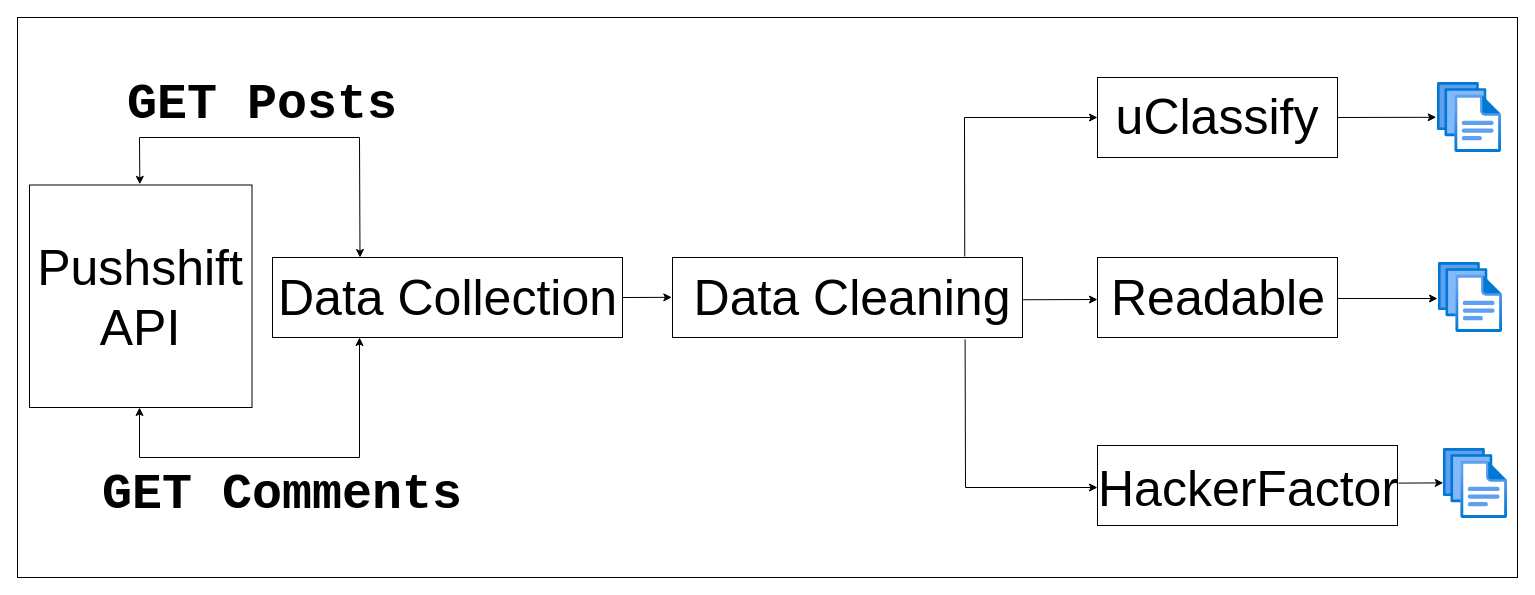
The draw.io diagram GenderBias.drawio in ankitverma5859/drawio, before the edit. Source tidied: cells renumbered, new cells numbered last; positions are measured from the earlier drawing's top-left corner, leaving out a move shared by most shapes. Both pictures are drawn from the tidied source at 100%, with x=0, y=0 at pixel (17, 17).
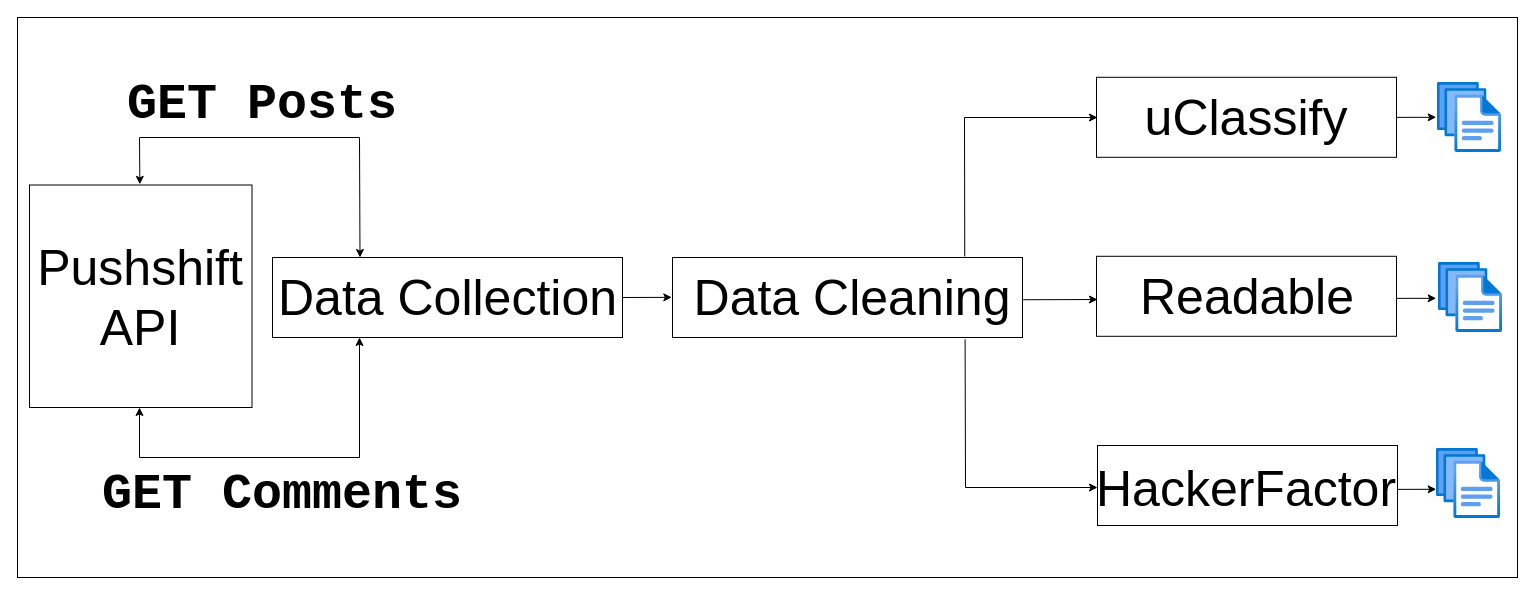
Above is the later version.

The change refers to these unchanged cells:
```xml
<mxCell id="7" style="rounded=0;whiteSpace=wrap;html=1;" parent="1" vertex="1">
  <mxGeometry x="655" y="240" width="350" height="80" as="geometry" />
</mxCell>
<mxCell id="8" value="&lt;font style=&quot;font-size: 50px;&quot;&gt;Data Cleaning&lt;/font&gt;" style="text;html=1;strokeColor=none;fillColor=none;align=center;verticalAlign=middle;whiteSpace=wrap;rounded=0;" parent="1" vertex="1">
  <mxGeometry x="665" y="265" width="340" height="30" as="geometry" />
</mxCell>
<mxCell id="10" style="html=1;points=[];align=center;image;fontSize=12;image=img/lib/azure2/general/Files.svg;" parent="1" vertex="1">
  <mxGeometry x="1420" y="65" width="64" height="70" as="geometry" />
</mxCell>
```

What changed in the source:
```diff
@@
-    <mxCell id="3" style="rounded=0;whiteSpace=wrap;html=1;" parent="1" vertex="1">
-      <mxGeometry x="1080" y="60" width="240" height="80" as="geometry" />
-    </mxCell>
-    <mxCell id="4" value="&lt;font style=&quot;font-size: 50px;&quot;&gt;uClassify&lt;/font&gt;" style="text;html=1;strokeColor=none;fillColor=none;align=center;verticalAlign=middle;whiteSpace=wrap;rounded=0;" parent="1" vertex="1">
-      <mxGeometry x="1170" y="84" width="60" height="30" as="geometry" />
-    </mxCell>
-    <mxCell id="5" style="rounded=0;whiteSpace=wrap;html=1;" parent="1" vertex="1">
-      <mxGeometry x="1080" y="240" width="240" height="80" as="geometry" />
-    </mxCell>
-    <mxCell id="6" value="&lt;font style=&quot;font-size: 50px;&quot;&gt;Readable&lt;/font&gt;" style="text;html=1;strokeColor=none;fillColor=none;align=center;verticalAlign=middle;whiteSpace=wrap;rounded=0;" parent="1" vertex="1">
-      <mxGeometry x="1171" y="265" width="60" height="30" as="geometry" />
-    </mxCell>
@@
-    <mxCell id="9" style="endArrow=classic;html=1;rounded=0;fontSize=50;entryX=0;entryY=0.5;entryDx=0;entryDy=0;exitX=0.835;exitY=-0.012;exitDx=0;exitDy=0;exitPerimeter=0;" parent="1" edge="1" source="7" target="3">
+    <mxCell id="9" style="endArrow=classic;html=1;rounded=0;fontSize=50;entryX=0;entryY=0.5;entryDx=0;entryDy=0;exitX=0.835;exitY=-0.012;exitDx=0;exitDy=0;exitPerimeter=0;" parent="1" edge="1" source="7">
       <mxGeometry relative="1" as="geometry">
+        <mxPoint x="1080" y="100" as="targetPoint" />
         <Array as="points">
           <mxPoint x="947" y="100" />
         </Array>
       </mxGeometry>
     </mxCell>
@@
-    <mxCell id="12" style="endArrow=classic;html=1;rounded=0;fontSize=50;entryX=-0.02;entryY=0.497;entryDx=0;entryDy=0;entryPerimeter=0;exitX=1;exitY=0.5;exitDx=0;exitDy=0;" parent="1" edge="1" source="3" target="10">
-      <mxGeometry relative="1" as="geometry" />
+    <mxCell id="12" style="endArrow=classic;html=1;rounded=0;fontSize=50;entryX=-0.02;entryY=0.497;entryDx=0;entryDy=0;entryPerimeter=0;exitX=1;exitY=0.5;exitDx=0;exitDy=0;" parent="1" edge="1" target="10">
+      <mxGeometry relative="1" as="geometry">
+        <mxPoint x="1320" y="100" as="sourcePoint" />
+      </mxGeometry>
     </mxCell>
@@
     <mxCell id="22" style="html=1;align=center;image;fontSize=12;image=img/lib/azure2/general/Files.svg;" parent="1" vertex="1">
-      <mxGeometry x="1426" y="431" width="64" height="70" as="geometry" />
+      <mxGeometry x="1419" y="431" width="64" height="70" as="geometry" />
     </mxCell>
@@
+    <mxCell id="28" style="endArrow=classic;html=1;rounded=0;fontSize=50;exitX=1.002;exitY=0.575;exitDx=0;exitDy=0;exitPerimeter=0;" parent="1" edge="1" source="8">
+      <mxGeometry relative="1" as="geometry">
+        <mxPoint x="1080" y="282" as="targetPoint" />
+      </mxGeometry>
+    </mxCell>
+    <mxCell id="29" style="endArrow=classic;html=1;rounded=0;fontSize=50;entryX=0;entryY=0.5;entryDx=0;entryDy=0;exitX=0.836;exitY=1.023;exitDx=0;exitDy=0;exitPerimeter=0;" parent="1" edge="1" source="7">
+      <mxGeometry relative="1" as="geometry">
+        <mxPoint x="1080" y="470" as="targetPoint" />
+        <Array as="points">
+          <mxPoint x="948" y="470" />
+        </Array>
+      </mxGeometry>
+    </mxCell>
+    <mxCell id="30" style="rounded=0;whiteSpace=wrap;html=1;" parent="1" vertex="1">
+      <mxGeometry x="1079" y="59.8" width="300" height="80" as="geometry" />
+    </mxCell>
+    <mxCell id="4" value="&lt;font style=&quot;font-size: 50px;&quot;&gt;uClassify&lt;/font&gt;" style="text;html=1;strokeColor=none;fillColor=none;align=center;verticalAlign=middle;whiteSpace=wrap;rounded=0;" parent="1" vertex="1">
+      <mxGeometry x="1199" y="84.8" width="60" height="30" as="geometry" />
+    </mxCell>
+    <mxCell id="31" style="endArrow=classic;html=1;rounded=0;fontSize=50;entryX=-0.02;entryY=0.497;entryDx=0;entryDy=0;entryPerimeter=0;exitX=1;exitY=0.5;exitDx=0;exitDy=0;" parent="1" edge="1">
+      <mxGeometry relative="1" as="geometry">
+        <mxPoint x="1320" y="281" as="sourcePoint" />
+        <mxPoint x="1418.7" y="280.8" as="targetPoint" />
+      </mxGeometry>
+    </mxCell>
+    <mxCell id="32" style="endArrow=classic;html=1;rounded=0;fontSize=50;entryX=-0.02;entryY=0.497;entryDx=0;entryDy=0;entryPerimeter=0;exitX=1;exitY=0.5;exitDx=0;exitDy=0;" parent="1" edge="1">
+      <mxGeometry relative="1" as="geometry">
+        <mxPoint x="1320" y="472" as="sourcePoint" />
+        <mxPoint x="1418.7" y="471.8" as="targetPoint" />
+      </mxGeometry>
+    </mxCell>
@@
     <mxCell id="25" value="&lt;span style=&quot;font-size: 50px;&quot;&gt;HackerFactor&lt;/span&gt;" style="text;html=1;strokeColor=none;fillColor=none;align=center;verticalAlign=middle;whiteSpace=wrap;rounded=0;" parent="1" vertex="1">
-      <mxGeometry x="1201" y="456" width="60" height="30" as="geometry" />
+      <mxGeometry x="1199" y="456" width="60" height="30" as="geometry" />
     </mxCell>
-    <mxCell id="26" style="endArrow=classic;html=1;rounded=0;fontSize=50;exitX=1;exitY=0.5;exitDx=0;exitDy=0;" parent="1" edge="1">
-      <mxGeometry relative="1" as="geometry">
-        <mxPoint x="1320" y="281" as="sourcePoint" />
-        <mxPoint x="1420" y="281" as="targetPoint" />
-      </mxGeometry>
-    </mxCell>
-    <mxCell id="27" style="endArrow=classic;html=1;rounded=0;fontSize=50;entryX=-0.019;entryY=0.492;entryDx=0;entryDy=0;entryPerimeter=0;" parent="1" edge="1">
-      <mxGeometry relative="1" as="geometry">
-        <mxPoint x="1381" y="465.6" as="sourcePoint" />
-        <mxPoint x="1425.8" y="465.4" as="targetPoint" />
-      </mxGeometry>
-    </mxCell>
-    <mxCell id="28" style="endArrow=classic;html=1;rounded=0;fontSize=50;exitX=1.002;exitY=0.575;exitDx=0;exitDy=0;exitPerimeter=0;" parent="1" edge="1" source="8">
-      <mxGeometry relative="1" as="geometry">
-        <mxPoint x="1080" y="282" as="targetPoint" />
-      </mxGeometry>
-    </mxCell>
-    <mxCell id="29" style="endArrow=classic;html=1;rounded=0;fontSize=50;entryX=0;entryY=0.5;entryDx=0;entryDy=0;exitX=0.836;exitY=1.023;exitDx=0;exitDy=0;exitPerimeter=0;" parent="1" edge="1" source="7">
-      <mxGeometry relative="1" as="geometry">
-        <mxPoint x="1080" y="470" as="targetPoint" />
-        <Array as="points">
-          <mxPoint x="948" y="470" />
-        </Array>
-      </mxGeometry>
-    </mxCell>
+    <mxCell id="33" style="rounded=0;whiteSpace=wrap;html=1;" parent="1" vertex="1">
+      <mxGeometry x="1079" y="238.8" width="300" height="80" as="geometry" />
+    </mxCell>
+    <mxCell id="6" value="&lt;font style=&quot;font-size: 50px;&quot;&gt;Readable&lt;/font&gt;" style="text;html=1;strokeColor=none;fillColor=none;align=center;verticalAlign=middle;whiteSpace=wrap;rounded=0;" parent="1" vertex="1">
+      <mxGeometry x="1200" y="263.8" width="60" height="30" as="geometry" />
+    </mxCell>
```
